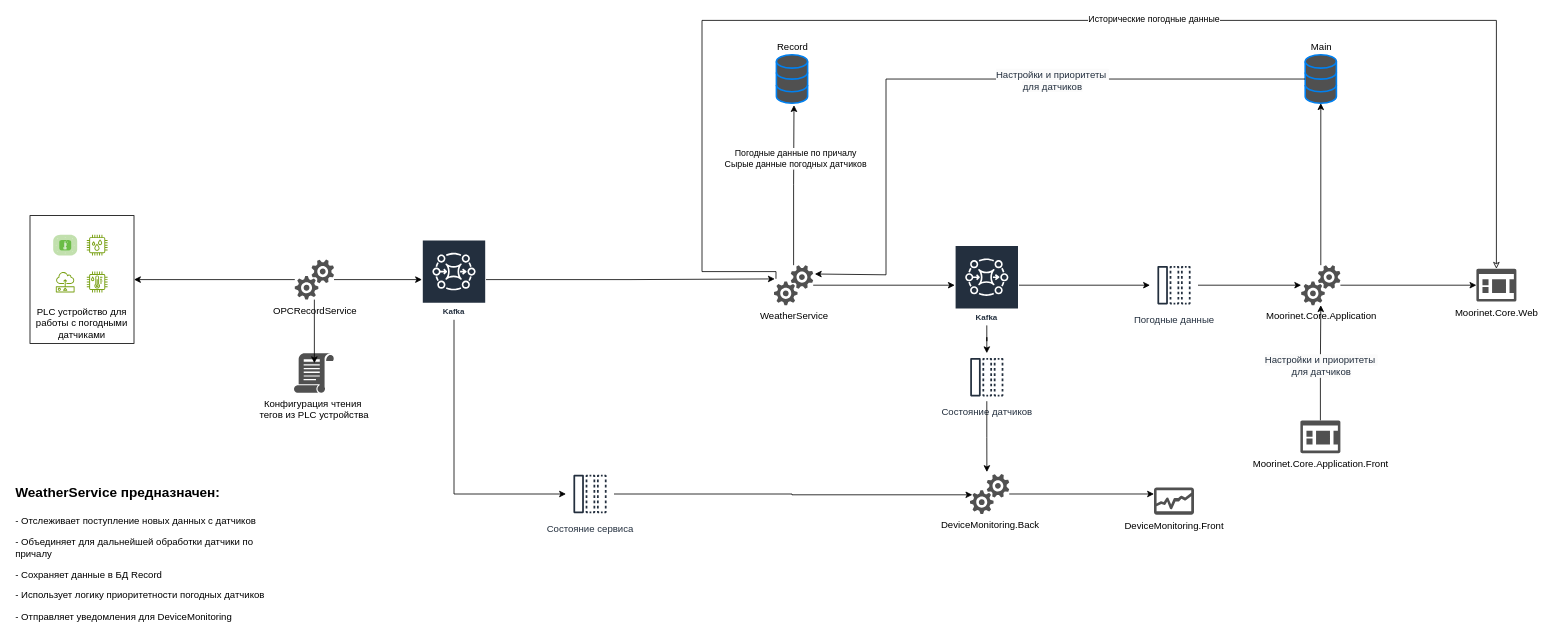
Above: page "Погода" (12 of 15) of MoorINet.drawio in aaf1974/ProjectDiagram (draw.io), before the change. Source tidied: cells renumbered, new cells numbered last; positions are measured from the earlier drawing's top-left corner, leaving out a move shared by most shapes. Both pictures are drawn from the tidied source at 80%, with x=0, y=0 at pixel (14, 20).
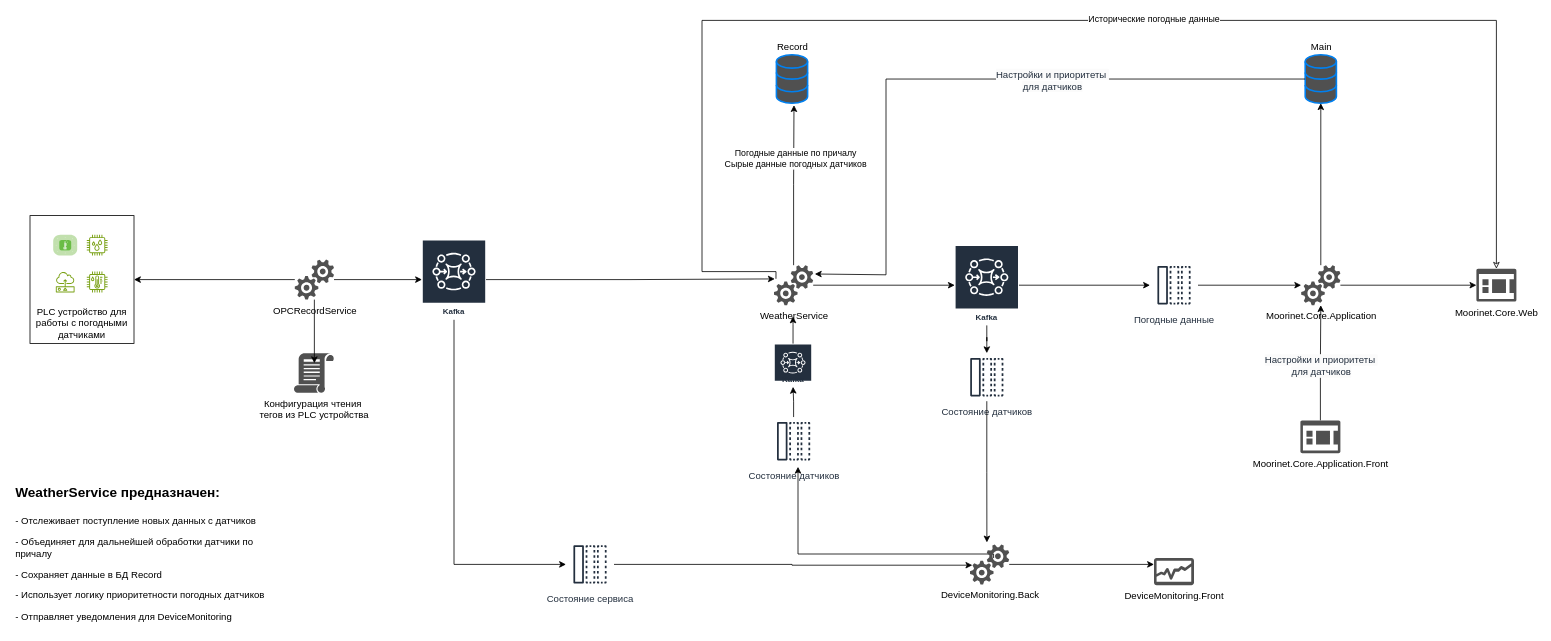
After the change.

The change refers to these unchanged cells:
```xml
<mxCell id="16" value="WeatherService" style="sketch=0;shadow=0;dashed=0;html=1;strokeColor=none;labelPosition=center;verticalLabelPosition=bottom;verticalAlign=top;align=center;fillColor=#505050;shape=mxgraph.mscae.oms.services;" parent="1" vertex="1">
  <mxGeometry x="950" y="306" width="49" height="50" as="geometry" />
</mxCell>
<mxCell id="31" value="Kafka" style="sketch=0;outlineConnect=0;fontColor=#232F3E;gradientColor=none;strokeColor=#ffffff;fillColor=#232F3E;dashed=0;verticalLabelPosition=middle;verticalAlign=bottom;align=center;html=1;whiteSpace=wrap;fontSize=10;fontStyle=1;spacing=3;shape=mxgraph.aws4.productIcon;prIcon=mxgraph.aws4.mq;" parent="1" vertex="1">
  <mxGeometry x="510" y="274" width="80" height="100" as="geometry" />
</mxCell>
```

What changed in the source:
```diff
@@
     <mxCell id="12" value="DeviceMonitoring.Front" style="sketch=0;shadow=0;dashed=0;html=1;strokeColor=none;labelPosition=center;verticalLabelPosition=bottom;verticalAlign=top;align=center;fillColor=#505050;shape=mxgraph.mscae.oms.diagnostics;" parent="1" vertex="1">
-      <mxGeometry x="1425" y="584" width="50" height="34" as="geometry" />
+      <mxGeometry x="1425" y="672" width="50" height="34" as="geometry" />
     </mxCell>
@@
+    <mxCell id="47" style="edgeStyle=orthogonalEdgeStyle;rounded=0;orthogonalLoop=1;jettySize=auto;html=1;" parent="1" edge="1">
+      <mxGeometry relative="1" as="geometry">
+        <mxPoint x="1224.5" y="672" as="sourcePoint" />
+        <mxPoint x="980" y="558" as="targetPoint" />
+        <Array as="points">
+          <mxPoint x="1225" y="667" />
+          <mxPoint x="980" y="667" />
+        </Array>
+      </mxGeometry>
+    </mxCell>
     <mxCell id="18" value="DeviceMonitoring.Back" style="sketch=0;shadow=0;dashed=0;html=1;strokeColor=none;labelPosition=center;verticalLabelPosition=bottom;verticalAlign=top;align=center;fillColor=#505050;shape=mxgraph.mscae.oms.services;" parent="1" vertex="1">
-      <mxGeometry x="1195" y="567" width="49" height="50" as="geometry" />
+      <mxGeometry x="1195" y="655" width="49" height="50" as="geometry" />
     </mxCell>
@@
     <mxCell id="30" style="edgeStyle=orthogonalEdgeStyle;rounded=0;jettySize=auto;html=1;" parent="1" edge="1" source="31" target="39">
       <mxGeometry relative="1" as="geometry">
         <Array as="points">
-          <mxPoint x="550" y="592" />
+          <mxPoint x="550" y="680" />
         </Array>
       </mxGeometry>
     </mxCell>
@@
     <mxCell id="39" value="Состояние сервиса" style="sketch=0;outlineConnect=0;fontColor=#232F3E;gradientColor=none;strokeColor=#232F3E;fillColor=#ffffff;dashed=0;verticalLabelPosition=bottom;verticalAlign=top;align=center;html=1;fontSize=12;fontStyle=0;shape=mxgraph.aws4.resourceIcon;resIcon=mxgraph.aws4.message;" parent="1" vertex="1">
-      <mxGeometry x="690" y="562" width="60" height="60" as="geometry" />
+      <mxGeometry x="690" y="650" width="60" height="60" as="geometry" />
     </mxCell>
@@
+    <mxCell id="48" value="Kafka" style="sketch=0;outlineConnect=0;fontColor=#232F3E;gradientColor=none;strokeColor=#ffffff;fillColor=#232F3E;dashed=0;verticalLabelPosition=middle;verticalAlign=bottom;align=center;html=1;whiteSpace=wrap;fontSize=10;fontStyle=1;spacing=3;shape=mxgraph.aws4.productIcon;prIcon=mxgraph.aws4.mq;" parent="1" vertex="1">
+      <mxGeometry x="950" y="404" width="47.5" height="54" as="geometry" />
+    </mxCell>
+    <mxCell id="49" style="edgeStyle=orthogonalEdgeStyle;rounded=0;jettySize=auto;html=1;" parent="1" edge="1" source="50" target="48">
+      <mxGeometry relative="1" as="geometry" />
+    </mxCell>
+    <mxCell id="50" value="Состояние датчиков" style="sketch=0;outlineConnect=0;fontColor=#232F3E;gradientColor=none;strokeColor=#232F3E;fillColor=#ffffff;dashed=0;verticalLabelPosition=bottom;verticalAlign=top;align=center;html=1;fontSize=12;fontStyle=0;shape=mxgraph.aws4.resourceIcon;resIcon=mxgraph.aws4.message;" parent="1" vertex="1">
+      <mxGeometry x="944.5" y="496" width="60" height="60" as="geometry" />
+    </mxCell>
+    <mxCell id="51" style="edgeStyle=orthogonalEdgeStyle;rounded=0;jettySize=auto;html=1;entryX=0.485;entryY=1.28;entryDx=0;entryDy=0;entryPerimeter=0;" parent="1" edge="1" source="48" target="16">
+      <mxGeometry relative="1" as="geometry" />
+    </mxCell>
```
